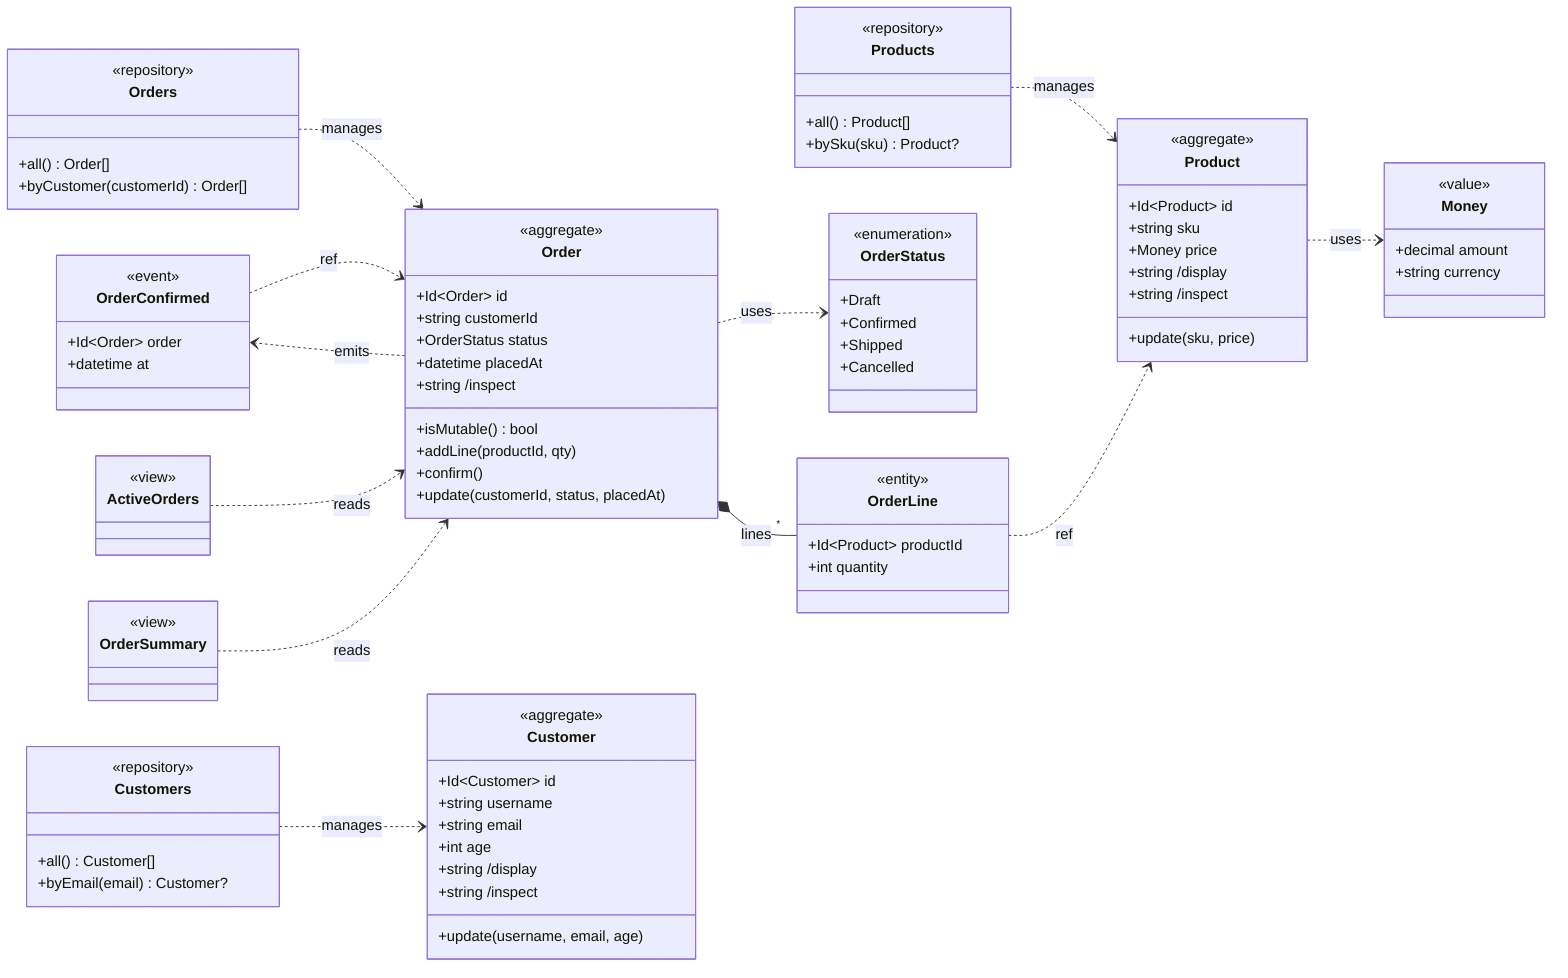
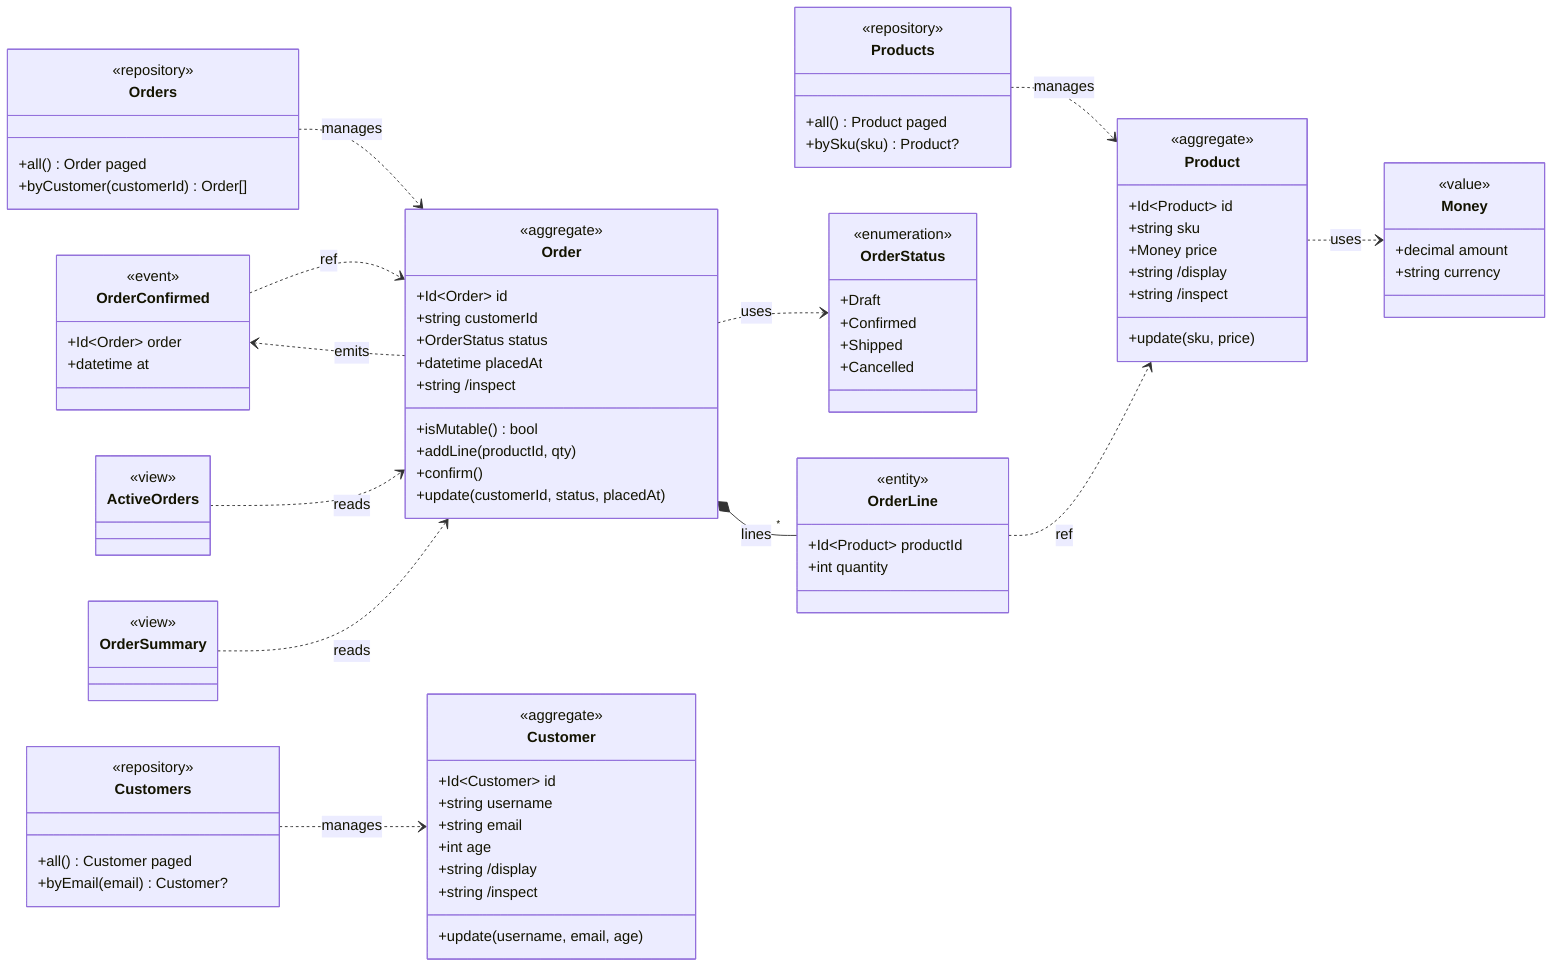
%% Loom domain diagram — generated from the IR, do not edit by hand.
%% System: Acme
classDiagram
  direction LR
  %% Catalog / Products
  class Money {
    <<value>>
    +decimal amount
    +string currency
  }
  class Product {
    <<aggregate>>
    +Id~Product~ id
    +string sku
    +Money price
    +string /display
    +string /inspect
    +update(sku, price)
  }
  class Products {
    <<repository>>
-     +all() Product[]
+     +all() Product paged
    +bySku(sku) Product?
  }
  %% Sales / Orders
  class OrderStatus {
    <<enumeration>>
    +Draft
    +Confirmed
    +Shipped
    +Cancelled
  }
  class OrderConfirmed {
    <<event>>
    +Id~Order~ order
    +datetime at
  }
  class Order {
    <<aggregate>>
    +Id~Order~ id
    +string customerId
    +OrderStatus status
    +datetime placedAt
    +string /inspect
    +isMutable() bool
    +addLine(productId, qty)
    +confirm()
    +update(customerId, status, placedAt)
  }
  class OrderLine {
    <<entity>>
    +Id~Product~ productId
    +int quantity
  }
  class Orders {
    <<repository>>
-     +all() Order[]
+     +all() Order paged
    +byCustomer(customerId) Order[]
  }
  class ActiveOrders {
    <<view>>
  }
  class OrderSummary {
    <<view>>
  }
  %% CustomerMgmt / Customers
  class Customer {
    <<aggregate>>
    +Id~Customer~ id
    +string username
    +string email
    +int age
    +string /display
    +string /inspect
    +update(username, email, age)
  }
  class Customers {
    <<repository>>
-     +all() Customer[]
+     +all() Customer paged
    +byEmail(email) Customer?
  }
  Product ..> Money : uses
  Products ..> Product : manages
  OrderConfirmed ..> Order : ref
  Order ..> OrderStatus : uses
  Order *-- "*" OrderLine : lines
  Order ..> OrderConfirmed : emits
  OrderLine ..> Product : ref
  Orders ..> Order : manages
  ActiveOrders ..> Order : reads
  OrderSummary ..> Order : reads
  Customers ..> Customer : manages
